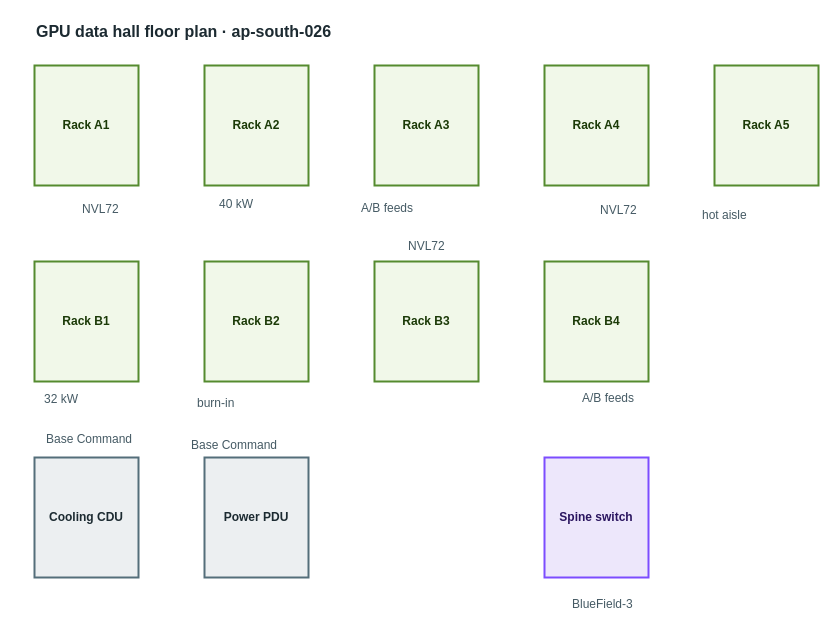
Before: apps/web/public/samples/library/026-gpu-data-hall-floor-plan.drawio in AryanG01/open-apprentice, a draw.io diagram. Source tidied: cells renumbered, new cells numbered last; positions are measured from the earlier drawing's top-left corner, leaving out a move shared by most shapes. Both pictures are drawn from the tidied source at 100%, with x=0, y=0 at pixel (34, 17).
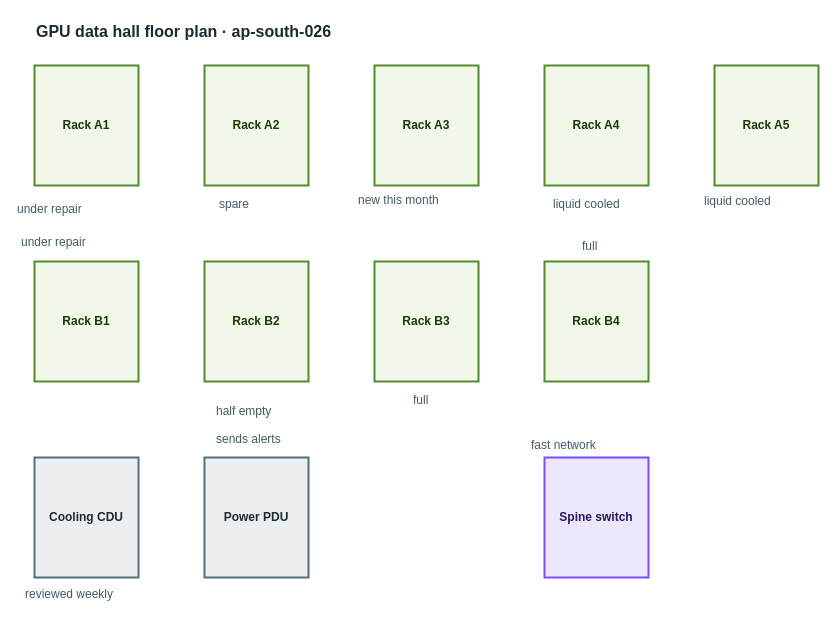
The same page after the edit.

What changed in the source:
```diff
@@
-    <mxCell id="15" value="NVL72" style="text;html=1;align=left;verticalAlign=top;whiteSpace=nowrap;spacing=0;spacingTop=0;strokeColor=none;fillColor=none;fontSize=12;fontColor=#455a64;" parent="1" vertex="1">
-      <mxGeometry x="48" y="180" width="47" height="20" as="geometry" />
+    <mxCell id="15" value="under repair" style="text;html=1;align=left;verticalAlign=top;whiteSpace=nowrap;spacing=0;spacingTop=0;strokeColor=none;fillColor=none;fontSize=12;fontColor=#455a64;" parent="1" vertex="1">
+      <mxGeometry x="-17" y="180" width="96" height="20" as="geometry" />
     </mxCell>
-    <mxCell id="16" value="40 kW" style="text;html=1;align=left;verticalAlign=top;whiteSpace=nowrap;spacing=0;spacingTop=0;strokeColor=none;fillColor=none;fontSize=12;fontColor=#455a64;" parent="1" vertex="1">
+    <mxCell id="16" value="spare" style="text;html=1;align=left;verticalAlign=top;whiteSpace=nowrap;spacing=0;spacingTop=0;strokeColor=none;fillColor=none;fontSize=12;fontColor=#455a64;" parent="1" vertex="1">
       <mxGeometry x="185" y="175" width="47" height="20" as="geometry" />
     </mxCell>
-    <mxCell id="17" value="A/B feeds" style="text;html=1;align=left;verticalAlign=top;whiteSpace=nowrap;spacing=0;spacingTop=0;strokeColor=none;fillColor=none;fontSize=12;fontColor=#455a64;" parent="1" vertex="1">
-      <mxGeometry x="327" y="179" width="75" height="20" as="geometry" />
+    <mxCell id="17" value="new this month" style="text;html=1;align=left;verticalAlign=top;whiteSpace=nowrap;spacing=0;spacingTop=0;strokeColor=none;fillColor=none;fontSize=12;fontColor=#455a64;" parent="1" vertex="1">
+      <mxGeometry x="324" y="171" width="110" height="20" as="geometry" />
     </mxCell>
-    <mxCell id="18" value="NVL72" style="text;html=1;align=left;verticalAlign=top;whiteSpace=nowrap;spacing=0;spacingTop=0;strokeColor=none;fillColor=none;fontSize=12;fontColor=#455a64;" parent="1" vertex="1">
-      <mxGeometry x="566" y="181" width="47" height="20" as="geometry" />
+    <mxCell id="18" value="liquid cooled" style="text;html=1;align=left;verticalAlign=top;whiteSpace=nowrap;spacing=0;spacingTop=0;strokeColor=none;fillColor=none;fontSize=12;fontColor=#455a64;" parent="1" vertex="1">
+      <mxGeometry x="519" y="175" width="103" height="20" as="geometry" />
     </mxCell>
-    <mxCell id="19" value="hot aisle" style="text;html=1;align=left;verticalAlign=top;whiteSpace=nowrap;spacing=0;spacingTop=0;strokeColor=none;fillColor=none;fontSize=12;fontColor=#455a64;" parent="1" vertex="1">
-      <mxGeometry x="668" y="186" width="75" height="20" as="geometry" />
+    <mxCell id="19" value="liquid cooled" style="text;html=1;align=left;verticalAlign=top;whiteSpace=nowrap;spacing=0;spacingTop=0;strokeColor=none;fillColor=none;fontSize=12;fontColor=#455a64;" parent="1" vertex="1">
+      <mxGeometry x="670" y="172" width="103" height="20" as="geometry" />
     </mxCell>
-    <mxCell id="20" value="32 kW" style="text;html=1;align=left;verticalAlign=top;whiteSpace=nowrap;spacing=0;spacingTop=0;strokeColor=none;fillColor=none;fontSize=12;fontColor=#455a64;" parent="1" vertex="1">
-      <mxGeometry x="10" y="370" width="47" height="20" as="geometry" />
+    <mxCell id="20" value="under repair" style="text;html=1;align=left;verticalAlign=top;whiteSpace=nowrap;spacing=0;spacingTop=0;strokeColor=none;fillColor=none;fontSize=12;fontColor=#455a64;" parent="1" vertex="1">
+      <mxGeometry x="-13" y="213" width="96" height="20" as="geometry" />
     </mxCell>
-    <mxCell id="21" value="burn-in" style="text;html=1;align=left;verticalAlign=top;whiteSpace=nowrap;spacing=0;spacingTop=0;strokeColor=none;fillColor=none;fontSize=12;fontColor=#455a64;" parent="1" vertex="1">
-      <mxGeometry x="163" y="374" width="61" height="20" as="geometry" />
+    <mxCell id="21" value="half empty" style="text;html=1;align=left;verticalAlign=top;whiteSpace=nowrap;spacing=0;spacingTop=0;strokeColor=none;fillColor=none;fontSize=12;fontColor=#455a64;" parent="1" vertex="1">
+      <mxGeometry x="182" y="382" width="82" height="20" as="geometry" />
     </mxCell>
-    <mxCell id="22" value="NVL72" style="text;html=1;align=left;verticalAlign=top;whiteSpace=nowrap;spacing=0;spacingTop=0;strokeColor=none;fillColor=none;fontSize=12;fontColor=#455a64;" parent="1" vertex="1">
-      <mxGeometry x="374" y="217" width="47" height="20" as="geometry" />
+    <mxCell id="22" value="full" style="text;html=1;align=left;verticalAlign=top;whiteSpace=nowrap;spacing=0;spacingTop=0;strokeColor=none;fillColor=none;fontSize=12;fontColor=#455a64;" parent="1" vertex="1">
+      <mxGeometry x="379" y="371" width="40" height="20" as="geometry" />
     </mxCell>
-    <mxCell id="23" value="A/B feeds" style="text;html=1;align=left;verticalAlign=top;whiteSpace=nowrap;spacing=0;spacingTop=0;strokeColor=none;fillColor=none;fontSize=12;fontColor=#455a64;" parent="1" vertex="1">
-      <mxGeometry x="548" y="369" width="75" height="20" as="geometry" />
+    <mxCell id="23" value="full" style="text;html=1;align=left;verticalAlign=top;whiteSpace=nowrap;spacing=0;spacingTop=0;strokeColor=none;fillColor=none;fontSize=12;fontColor=#455a64;" parent="1" vertex="1">
+      <mxGeometry x="548" y="217" width="40" height="20" as="geometry" />
     </mxCell>
-    <mxCell id="24" value="Base Command" style="text;html=1;align=left;verticalAlign=top;whiteSpace=nowrap;spacing=0;spacingTop=0;strokeColor=none;fillColor=none;fontSize=12;fontColor=#455a64;" parent="1" vertex="1">
-      <mxGeometry x="12" y="410" width="96" height="20" as="geometry" />
+    <mxCell id="24" value="reviewed weekly" style="text;html=1;align=left;verticalAlign=top;whiteSpace=nowrap;spacing=0;spacingTop=0;strokeColor=none;fillColor=none;fontSize=12;fontColor=#455a64;" parent="1" vertex="1">
+      <mxGeometry x="-9" y="565" width="117" height="20" as="geometry" />
     </mxCell>
-    <mxCell id="25" value="Base Command" style="text;html=1;align=left;verticalAlign=top;whiteSpace=nowrap;spacing=0;spacingTop=0;strokeColor=none;fillColor=none;fontSize=12;fontColor=#455a64;" parent="1" vertex="1">
-      <mxGeometry x="157" y="416" width="96" height="20" as="geometry" />
+    <mxCell id="25" value="sends alerts" style="text;html=1;align=left;verticalAlign=top;whiteSpace=nowrap;spacing=0;spacingTop=0;strokeColor=none;fillColor=none;fontSize=12;fontColor=#455a64;" parent="1" vertex="1">
+      <mxGeometry x="182" y="410" width="96" height="20" as="geometry" />
     </mxCell>
-    <mxCell id="26" value="BlueField-3" style="text;html=1;align=left;verticalAlign=top;whiteSpace=nowrap;spacing=0;spacingTop=0;strokeColor=none;fillColor=none;fontSize=12;fontColor=#455a64;" parent="1" vertex="1">
-      <mxGeometry x="538" y="575" width="89" height="20" as="geometry" />
+    <mxCell id="26" value="fast network" style="text;html=1;align=left;verticalAlign=top;whiteSpace=nowrap;spacing=0;spacingTop=0;strokeColor=none;fillColor=none;fontSize=12;fontColor=#455a64;" parent="1" vertex="1">
+      <mxGeometry x="497" y="416" width="96" height="20" as="geometry" />
     </mxCell>
```
